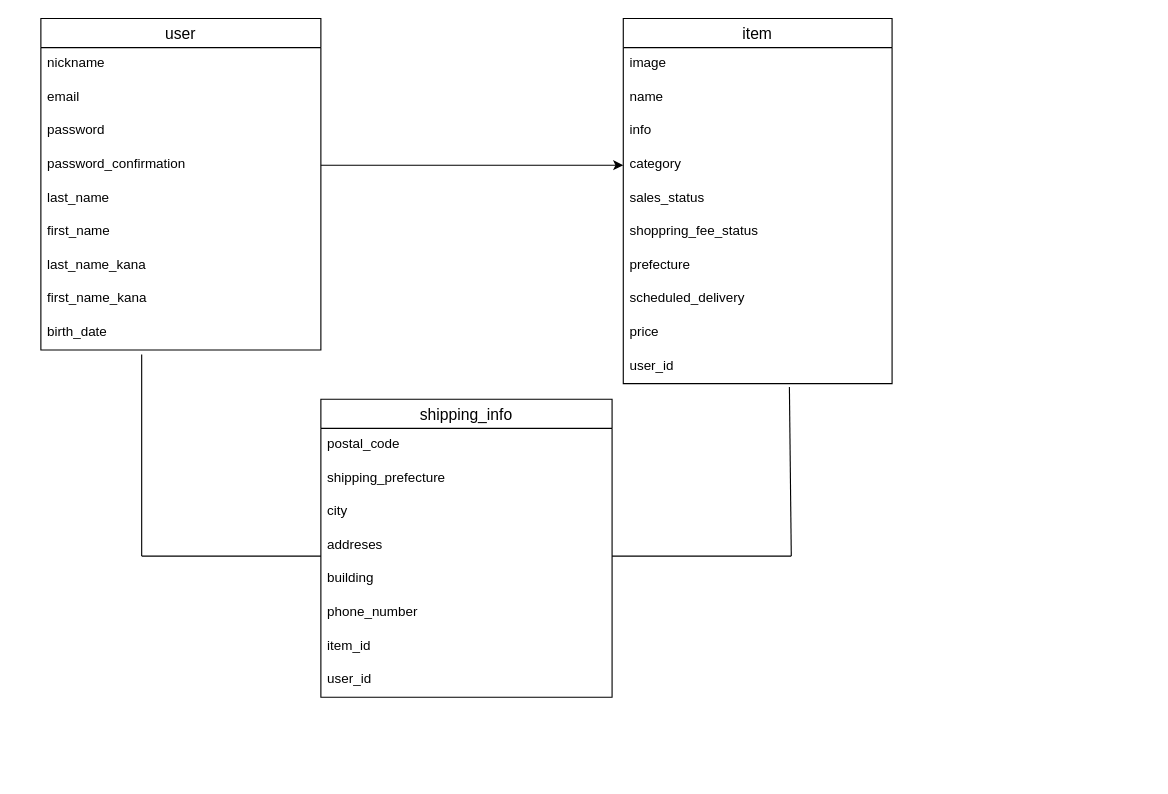
This is ER.dio from mikiii24/furima-39621, a draw.io file, before an edit. Source tidied: cells renumbered, new cells numbered last; positions are measured from the earlier drawing's top-left corner, leaving out a move shared by most shapes. Both pictures are drawn from the tidied source at 112%, with x=0, y=0 at pixel (40, 18).
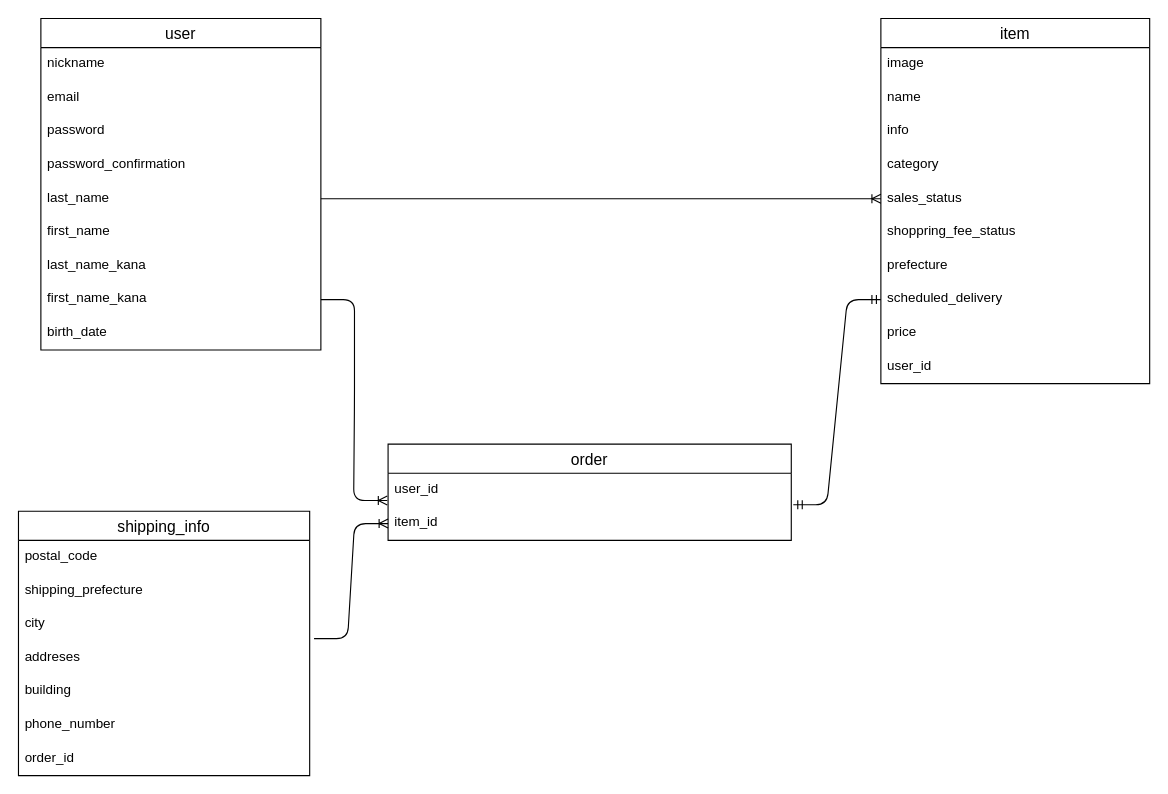
The same page after the edit.

Commit message (it also covers changes not shown here):
修正_ER図の作成とREADMEの記述

The change refers to these unchanged cells:
```xml
<mxCell id="2" value="user" style="swimlane;fontStyle=0;horizontal=1;startSize=26;align=center;fontSize=14;" parent="1" vertex="1">
  <mxGeometry width="250" height="296" as="geometry" />
</mxCell>
<mxCell id="6" value="password_confirmation" style="text;strokeColor=none;fillColor=none;spacingLeft=4;spacingRight=4;overflow=hidden;points=[[0,0.5],[1,0.5]];portConstraint=eastwest;fontSize=12;" parent="2" vertex="1">
  <mxGeometry y="116" width="250" height="30" as="geometry" />
</mxCell>
<mxCell id="7" value="last_name" style="text;strokeColor=none;fillColor=none;spacingLeft=4;spacingRight=4;overflow=hidden;points=[[0,0.5],[1,0.5]];portConstraint=eastwest;fontSize=12;" parent="2" vertex="1">
  <mxGeometry y="146" width="250" height="30" as="geometry" />
</mxCell>
<mxCell id="10" value="first_name_kana" style="text;strokeColor=none;fillColor=none;spacingLeft=4;spacingRight=4;overflow=hidden;points=[[0,0.5],[1,0.5]];portConstraint=eastwest;fontSize=12;" parent="2" vertex="1">
  <mxGeometry y="236" width="250" height="30" as="geometry" />
</mxCell>
<mxCell id="11" value="birth_date" style="text;strokeColor=none;fillColor=none;spacingLeft=4;spacingRight=4;overflow=hidden;points=[[0,0.5],[1,0.5]];portConstraint=eastwest;fontSize=12;" parent="2" vertex="1">
  <mxGeometry y="266" width="250" height="30" as="geometry" />
</mxCell>
<mxCell id="16" value="category" style="text;strokeColor=none;fillColor=none;spacingLeft=4;spacingRight=4;overflow=hidden;points=[[0,0.5],[1,0.5]];portConstraint=eastwest;fontSize=12;" parent="12" vertex="1">
  <mxGeometry y="116" width="240" height="30" as="geometry" />
</mxCell>
<mxCell id="17" value="sales_status" style="text;strokeColor=none;fillColor=none;spacingLeft=4;spacingRight=4;overflow=hidden;points=[[0,0.5],[1,0.5]];portConstraint=eastwest;fontSize=12;" parent="12" vertex="1">
  <mxGeometry y="146" width="240" height="30" as="geometry" />
</mxCell>
<mxCell id="20" value="scheduled_delivery" style="text;strokeColor=none;fillColor=none;spacingLeft=4;spacingRight=4;overflow=hidden;points=[[0,0.5],[1,0.5]];portConstraint=eastwest;fontSize=12;" parent="12" vertex="1">
  <mxGeometry y="236" width="240" height="30" as="geometry" />
</mxCell>
<mxCell id="22" value="user_id" style="text;strokeColor=none;fillColor=none;spacingLeft=4;spacingRight=4;overflow=hidden;points=[[0,0.5],[1,0.5]];portConstraint=eastwest;fontSize=12;" parent="12" vertex="1">
  <mxGeometry y="296" width="240" height="30" as="geometry" />
</mxCell>
<mxCell id="28" value="addreses" style="text;strokeColor=none;fillColor=none;spacingLeft=4;spacingRight=4;overflow=hidden;points=[[0,0.5],[1,0.5]];portConstraint=eastwest;fontSize=12;" parent="24" vertex="1">
  <mxGeometry y="116" width="260" height="30" as="geometry" />
</mxCell>
```

The edit, as a diff of the source:
```diff
@@
+    <mxCell id="37" style="edgeStyle=none;html=1;exitX=1;exitY=0.5;exitDx=0;exitDy=0;entryX=1;entryY=0.5;entryDx=0;entryDy=0;" parent="2" edge="1" source="10" target="10">
+      <mxGeometry relative="1" as="geometry" />
+    </mxCell>
     <mxCell id="12" value="item" style="swimlane;fontStyle=0;horizontal=1;startSize=26;align=center;fontSize=14;" parent="1" vertex="1">
-      <mxGeometry x="520" width="240" height="326" as="geometry" />
+      <mxGeometry x="750" width="240" height="326" as="geometry" />
     </mxCell>
@@
-    <mxCell id="23" style="edgeStyle=none;html=1;exitX=1;exitY=0.5;exitDx=0;exitDy=0;" parent="1" edge="1" source="6" target="16">
-      <mxGeometry relative="1" as="geometry" />
-    </mxCell>
     <mxCell id="24" value="shipping_info" style="swimlane;fontStyle=0;horizontal=1;startSize=26;align=center;fontSize=14;" parent="1" vertex="1">
-      <mxGeometry x="250" y="340" width="260" height="266" as="geometry" />
+      <mxGeometry x="-20" y="440" width="260" height="236" as="geometry" />
     </mxCell>
@@
+    <mxCell id="38" value="order_id" style="text;strokeColor=none;fillColor=none;spacingLeft=4;spacingRight=4;overflow=hidden;fontSize=12;" parent="24" vertex="1">
+      <mxGeometry y="206" width="260" height="30" as="geometry" />
+    </mxCell>
+    <mxCell id="39" value="order" style="swimlane;fontStyle=0;horizontal=1;startSize=26;align=center;fontSize=14;" parent="1" vertex="1">
+      <mxGeometry x="310" y="380" width="360" height="86" as="geometry" />
+    </mxCell>
+    <mxCell id="32" value="user_id" style="text;strokeColor=none;fillColor=none;spacingLeft=4;spacingRight=4;overflow=hidden;points=[[0,0.5],[1,0.5]];portConstraint=eastwest;fontSize=12;" parent="39" vertex="1">
+      <mxGeometry y="26" width="360" height="30" as="geometry" />
+    </mxCell>
-    <mxCell id="31" value="item_id" style="text;strokeColor=none;fillColor=none;spacingLeft=4;spacingRight=4;overflow=hidden;points=[[0,0.5],[1,0.5]];portConstraint=eastwest;fontSize=12;" parent="24" vertex="1">
-      <mxGeometry y="206" width="260" height="30" as="geometry" />
+    <mxCell id="31" value="item_id" style="text;strokeColor=none;fillColor=none;spacingLeft=4;spacingRight=4;overflow=hidden;points=[[0,0.5],[1,0.5]];portConstraint=eastwest;fontSize=12;" parent="39" vertex="1">
+      <mxGeometry y="56" width="360" height="30" as="geometry" />
     </mxCell>
-    <mxCell id="32" value="user_id" style="text;strokeColor=none;fillColor=none;spacingLeft=4;spacingRight=4;overflow=hidden;points=[[0,0.5],[1,0.5]];portConstraint=eastwest;fontSize=12;" parent="24" vertex="1">
-      <mxGeometry y="236" width="260" height="30" as="geometry" />
-    </mxCell>
-    <mxCell id="33" style="endArrow=none;html=1;rounded=0;exitX=0.618;exitY=1.1;exitDx=0;exitDy=0;exitPerimeter=0;" parent="1" edge="1" source="22">
-      <mxGeometry relative="1" as="geometry">
-        <mxPoint x="670" y="480" as="targetPoint" />
-      </mxGeometry>
-    </mxCell>
-    <mxCell id="34" style="endArrow=none;html=1;rounded=0;" parent="1" edge="1">
-      <mxGeometry relative="1" as="geometry">
-        <mxPoint x="90" y="480" as="sourcePoint" />
-        <mxPoint x="250" y="480" as="targetPoint" />
-      </mxGeometry>
-    </mxCell>
-    <mxCell id="35" style="endArrow=none;html=1;rounded=0;" parent="1" edge="1">
-      <mxGeometry relative="1" as="geometry">
-        <mxPoint x="510" y="480" as="sourcePoint" />
-        <mxPoint x="670" y="480" as="targetPoint" />
-      </mxGeometry>
-    </mxCell>
-    <mxCell id="36" style="endArrow=none;html=1;rounded=0;exitX=0.36;exitY=1.133;exitDx=0;exitDy=0;exitPerimeter=0;" parent="1" edge="1" source="11">
-      <mxGeometry relative="1" as="geometry">
-        <mxPoint x="90" y="480" as="targetPoint" />
-      </mxGeometry>
-    </mxCell>
+    <mxCell id="40" style="edgeStyle=entityRelationEdgeStyle;fontSize=12;html=1;endArrow=ERoneToMany;exitX=1;exitY=0.5;exitDx=0;exitDy=0;entryX=-0.002;entryY=0.814;entryDx=0;entryDy=0;entryPerimeter=0;" parent="1" edge="1" source="10" target="32">
+      <mxGeometry relative="1" as="geometry" />
+    </mxCell>
+    <mxCell id="41" style="edgeStyle=entityRelationEdgeStyle;fontSize=12;html=1;endArrow=ERmandOne;startArrow=ERmandOne;entryX=0;entryY=0.5;entryDx=0;entryDy=0;exitX=1.005;exitY=-0.061;exitDx=0;exitDy=0;exitPerimeter=0;" parent="1" edge="1" source="31" target="20">
+      <mxGeometry relative="1" as="geometry" />
+    </mxCell>
+    <mxCell id="42" style="edgeStyle=entityRelationEdgeStyle;fontSize=12;html=1;endArrow=ERoneToMany;exitX=1;exitY=0.5;exitDx=0;exitDy=0;entryX=0;entryY=0.5;entryDx=0;entryDy=0;" parent="1" edge="1" source="7" target="17">
+      <mxGeometry relative="1" as="geometry" />
+    </mxCell>
+    <mxCell id="43" style="edgeStyle=entityRelationEdgeStyle;fontSize=12;html=1;endArrow=ERoneToMany;exitX=1.015;exitY=-0.076;exitDx=0;exitDy=0;exitPerimeter=0;" parent="1" edge="1" source="28">
+      <mxGeometry relative="1" as="geometry">
+        <mxPoint x="310" y="451" as="targetPoint" />
+      </mxGeometry>
+    </mxCell>
```
